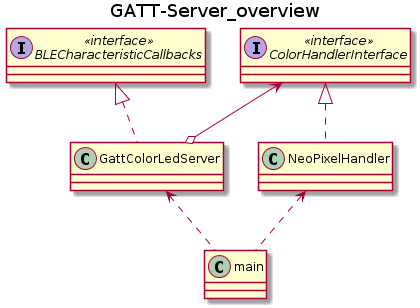
Earlier version of the PlantUML export docs/diagrams/out/ClassDiagramOverview/GATT-Server_overview.png (jenkins-head/jenkins-head-firmware). Source of this version:
```plantuml
@startuml
skinparam classAttributeIconSize 0
title GATT-Server_overview

interface BLECharacteristicCallbacks <<interface>>
interface ColorHandlerInterface <<interface>>

BLECharacteristicCallbacks <|.. GattColorLedServer
ColorHandlerInterface <|.. NeoPixelHandler
ColorHandlerInterface <--o GattColorLedServer
GattColorLedServer <.. main
NeoPixelHandler <.. main

@enduml
```
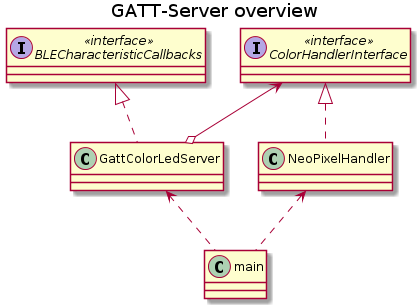
Above is the later version.

Commit message:
gatt-server: added diagram title to the ClassDiagramOverview.wsd

What changed in the source:
```diff
@@ -1,6 +1,6 @@
-@startuml
+@startuml "GATT-Server_overview"
 skinparam classAttributeIconSize 0
-title GATT-Server_overview
+title GATT-Server overview
 
 interface BLECharacteristicCallbacks <<interface>>
 interface ColorHandlerInterface <<interface>>
```
